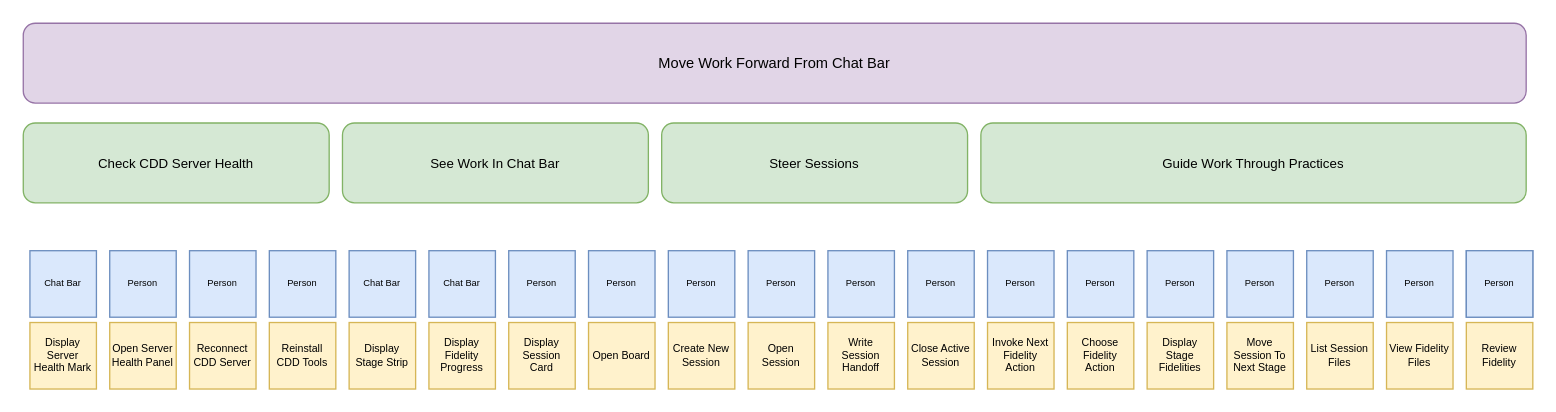
This is harness/chat-ui/.context/story-map.drawio from abd-works/abd-context-driven-delivery, a draw.io file, before an edit. Source tidied: cells renumbered, new cells numbered last; positions are measured from the earlier drawing's top-left corner, leaving out a move shared by most shapes. Both pictures are drawn from the tidied source at 133%, with x=0, y=0 at pixel (23, 23).
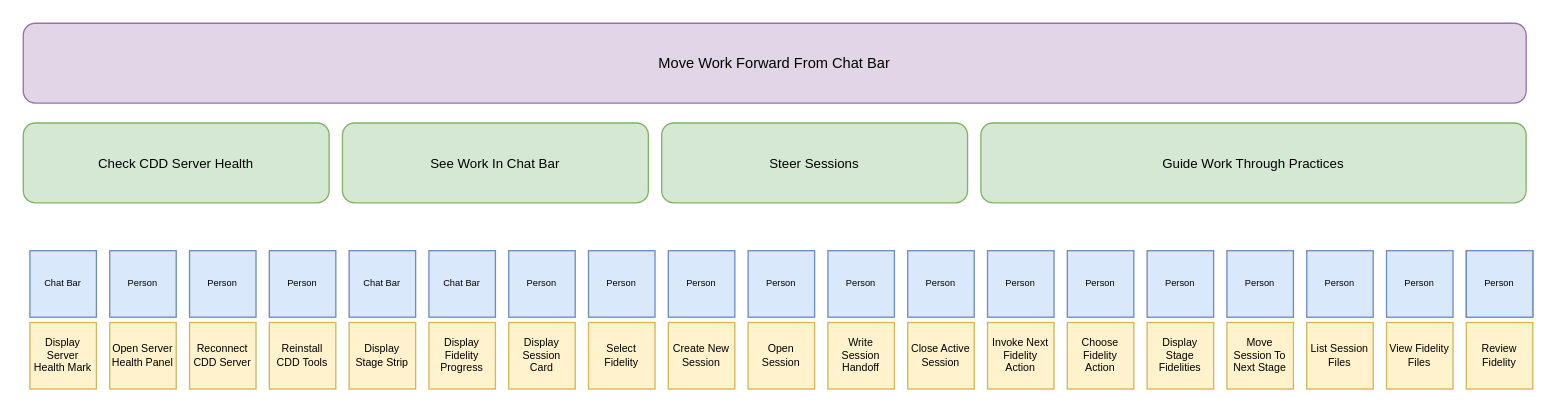
The same page after the edit.

The edit, as a diff of the source:
```diff
@@
-    <mxCell id="20" value="Open Board" style="story:user;whiteSpace=wrap;html=1;overflow=hidden;fillColor=#fff2cc;strokeColor=#d6b656;fontColor=#000000;fontSize=8;" parent="1" vertex="1">
+    <mxCell id="20" value="Select Fidelity" style="story:user;whiteSpace=wrap;html=1;overflow=hidden;fillColor=#fff2cc;strokeColor=#d6b656;fontColor=#000000;fontSize=8;" parent="1" vertex="1">
       <mxGeometry x="425" y="225" width="50" height="50" as="geometry" />
     </mxCell>
```
